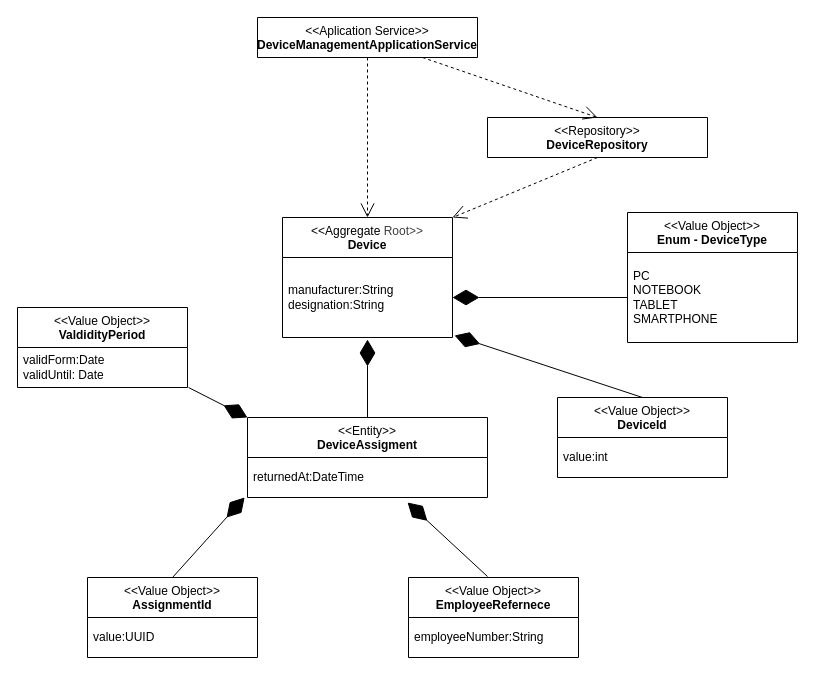
This is uml/device-management.drawio from AlexanderCoopmans/FSE-Mitarbeiterverwaltung-Example, a draw.io file, before an edit. Source tidied: cells renumbered, new cells numbered last; positions are measured from the earlier drawing's top-left corner, leaving out a move shared by most shapes. Both pictures are drawn from the tidied source at 100%, with x=0, y=0 at pixel (17, 17).
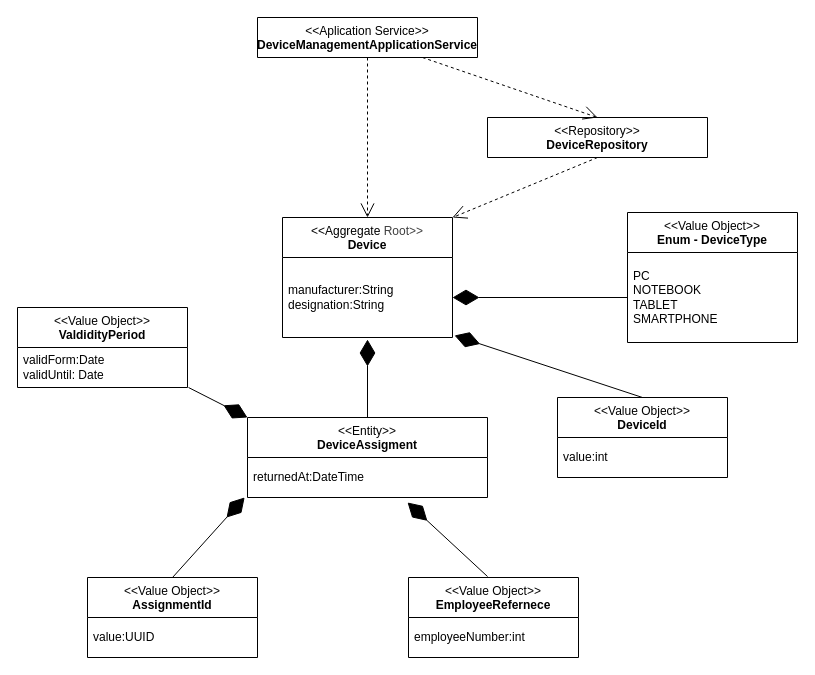
The same diagram, later.

Commit message (it also covers changes not shown here):
refactor: Switched EmployeeId from String to int

Unchanged cells that the change refers to:
```xml
<mxCell id="12" value="&lt;div style=&quot;&quot;&gt;&amp;lt;&amp;lt;Value Object&amp;gt;&amp;gt;&lt;/div&gt;&lt;div style=&quot;&quot;&gt;&lt;b&gt;EmployeeRefernece&lt;/b&gt;&lt;/div&gt;" style="swimlane;fontStyle=0;align=center;verticalAlign=top;horizontal=1;startSize=40;html=1;whiteSpace=wrap;" parent="1" vertex="1">
  <mxGeometry x="391" y="560" width="170" height="80" as="geometry" />
</mxCell>
```

Diff of the diagram source:
```diff
@@
-    <mxCell id="13" value="employeeNumber:String" style="text;html=1;strokeColor=none;fillColor=none;align=left;verticalAlign=middle;spacingLeft=4;spacingRight=4;overflow=hidden;whiteSpace=wrap;" parent="12" vertex="1">
+    <mxCell id="13" value="employeeNumber:int" style="text;html=1;strokeColor=none;fillColor=none;align=left;verticalAlign=middle;spacingLeft=4;spacingRight=4;overflow=hidden;whiteSpace=wrap;" parent="12" vertex="1">
       <mxGeometry y="40" width="170" height="40" as="geometry" />
     </mxCell>
```
